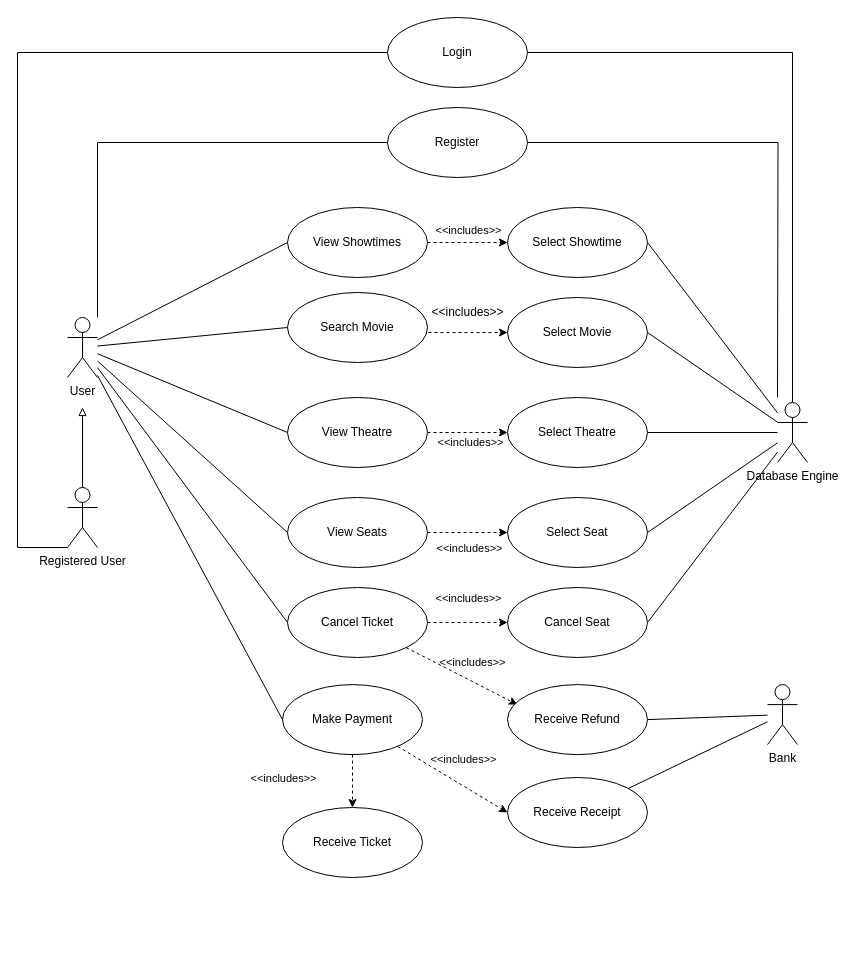
The draw.io diagram doc/drawio/ENSF 614 Use Case Diagram.drawio in ticket-kings/movie-theatre-system-backend, before the edit. Source tidied: cells renumbered, new cells numbered last; positions are measured from the earlier drawing's top-left corner, leaving out a move shared by most shapes. Both pictures are drawn from the tidied source at 100%, with x=0, y=0 at pixel (17, 17).
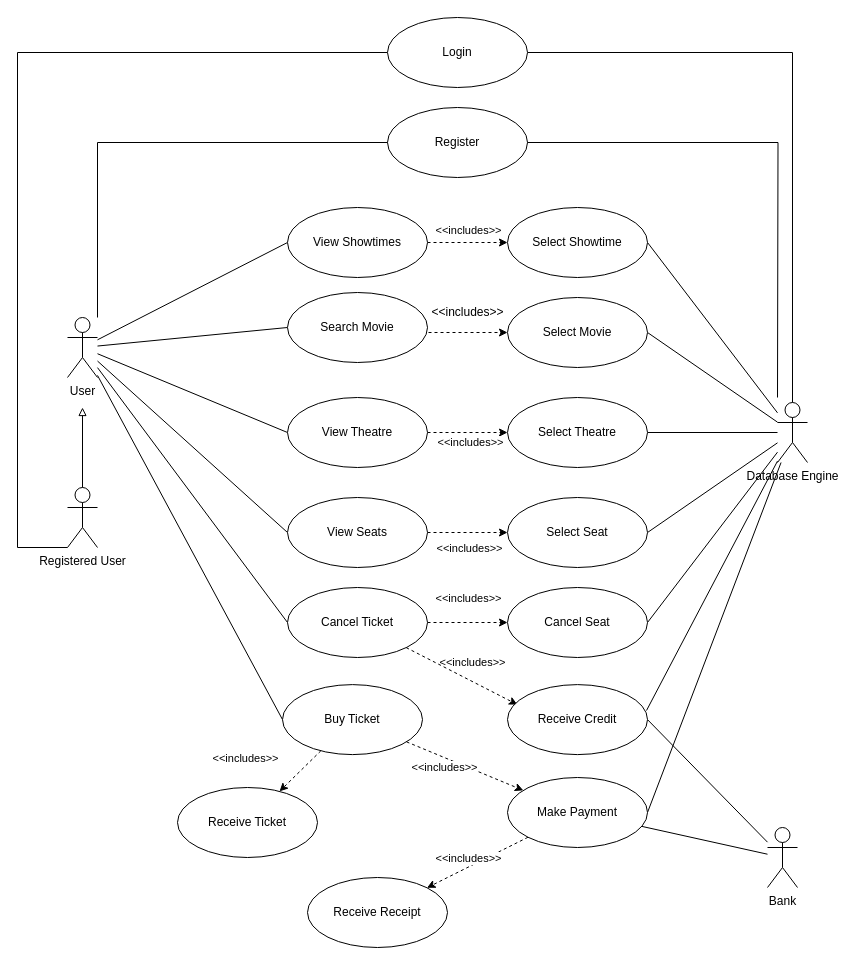
After the change.

Commit message:
Updated user case diagram drawio

The change refers to these unchanged cells:
```xml
<mxCell id="6" value="Database Engine" style="shape=umlActor;verticalLabelPosition=bottom;verticalAlign=top;html=1;outlineConnect=0;" parent="1" vertex="1">
  <mxGeometry x="760" y="385" width="30" height="60" as="geometry" />
</mxCell>
<mxCell id="11" style="rounded=0;jettySize=auto;html=1;dashed=1;endArrow=classic;endFill=1;" parent="1" edge="1" source="14" target="33">
  <mxGeometry relative="1" as="geometry" />
</mxCell>
```

Change to the diagram source:
```diff
@@
     <mxCell id="7" value="Bank" style="shape=umlActor;verticalLabelPosition=bottom;verticalAlign=top;html=1;outlineConnect=0;" parent="1" vertex="1">
-      <mxGeometry x="750" y="667.1" width="30" height="60" as="geometry" />
+      <mxGeometry x="750" y="810" width="30" height="60" as="geometry" />
     </mxCell>
@@
-    <mxCell id="9" style="rounded=0;jettySize=auto;html=1;entryX=0;entryY=0.5;entryDx=0;entryDy=0;endArrow=classic;endFill=1;dashed=1;" parent="1" edge="1" source="14" target="35">
+    <mxCell id="9" style="rounded=0;jettySize=auto;html=1;endArrow=classic;endFill=1;dashed=1;" parent="1" edge="1" source="57" target="35">
       <mxGeometry relative="1" as="geometry" />
     </mxCell>
     <mxCell id="10" value="&amp;lt;&amp;lt;includes&amp;gt;&amp;gt;" style="edgeLabel;html=1;align=center;verticalAlign=middle;" parent="9" vertex="1">
       <mxGeometry x="0.12" y="3" relative="1" as="geometry">
-        <mxPoint x="2" y="-22" as="offset" />
+        <mxPoint x="-5" y="-10" as="offset" />
       </mxGeometry>
     </mxCell>
@@
     <mxCell id="12" value="&amp;lt;&amp;lt;includes&amp;gt;&amp;gt;" style="edgeLabel;html=1;align=center;verticalAlign=middle;" parent="11" vertex="1">
       <mxGeometry x="0.25" y="-1" relative="1" as="geometry">
-        <mxPoint x="-69" y="-10" as="offset" />
+        <mxPoint x="-49" y="-17" as="offset" />
       </mxGeometry>
     </mxCell>
@@
-    <mxCell id="14" value="Make Payment" style="ellipse;whiteSpace=wrap;html=1;" parent="1" vertex="1">
+    <mxCell id="14" value="Buy Ticket" style="ellipse;whiteSpace=wrap;html=1;" parent="1" vertex="1">
       <mxGeometry x="265" y="667.1" width="140" height="70" as="geometry" />
     </mxCell>
@@
     <mxCell id="33" value="Receive Ticket" style="ellipse;whiteSpace=wrap;html=1;" parent="1" vertex="1">
-      <mxGeometry x="265" y="790" width="140" height="70" as="geometry" />
+      <mxGeometry x="160" y="770" width="140" height="70" as="geometry" />
     </mxCell>
-    <mxCell id="34" style="rounded=0;jettySize=auto;html=1;endArrow=none;endFill=0;" parent="1" edge="1" source="35" target="7">
+    <mxCell id="34" style="rounded=0;jettySize=auto;html=1;endArrow=none;endFill=0;" parent="1" edge="1" source="57" target="7">
       <mxGeometry relative="1" as="geometry" />
     </mxCell>
     <mxCell id="35" value="Receive Receipt" style="ellipse;whiteSpace=wrap;html=1;" parent="1" vertex="1">
-      <mxGeometry x="490" y="760" width="140" height="70" as="geometry" />
+      <mxGeometry x="290" y="860" width="140" height="70" as="geometry" />
     </mxCell>
@@
-    <mxCell id="49" value="Receive Refund" style="ellipse;whiteSpace=wrap;html=1;" parent="1" vertex="1">
+    <mxCell id="49" value="Receive Credit" style="ellipse;whiteSpace=wrap;html=1;" parent="1" vertex="1">
       <mxGeometry x="490" y="667.1" width="140" height="70" as="geometry" />
     </mxCell>
@@
+    <mxCell id="56" style="rounded=0;jettySize=auto;html=1;exitX=1;exitY=0.5;exitDx=0;exitDy=0;endArrow=none;endFill=0;" parent="1" edge="1" source="57" target="6">
+      <mxGeometry relative="1" as="geometry" />
+    </mxCell>
+    <mxCell id="57" value="Make Payment" style="ellipse;whiteSpace=wrap;html=1;" parent="1" vertex="1">
+      <mxGeometry x="490" y="760" width="140" height="70" as="geometry" />
+    </mxCell>
+    <mxCell id="58" style="rounded=0;jettySize=auto;html=1;dashed=1;endArrow=classic;endFill=1;" parent="1" edge="1" source="14" target="57">
+      <mxGeometry relative="1" as="geometry" />
+    </mxCell>
+    <mxCell id="59" value="&amp;lt;&amp;lt;includes&amp;gt;&amp;gt;" style="edgeLabel;html=1;align=center;verticalAlign=middle;" parent="58" vertex="1">
+      <mxGeometry x="0.25" y="-1" relative="1" as="geometry">
+        <mxPoint x="-35" y="-6" as="offset" />
+      </mxGeometry>
+    </mxCell>
+    <mxCell id="60" style="rounded=0;jettySize=auto;html=1;fontSize=11;endArrow=none;endFill=0;exitX=0.993;exitY=0.37;exitDx=0;exitDy=0;exitPerimeter=0;" parent="1" edge="1" source="49" target="6">
+      <mxGeometry relative="1" as="geometry" />
+    </mxCell>
```
